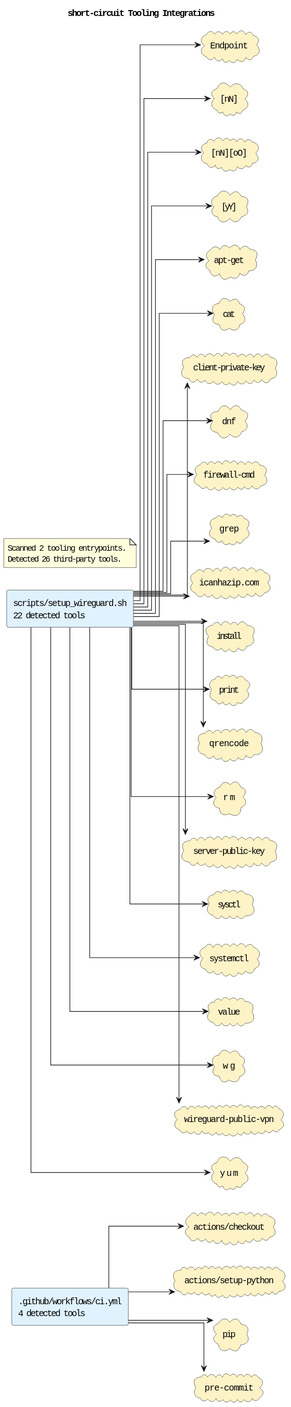
The PlantUML diagram docs/diagrams/tooling-integrations.puml.svg in casonk/short-circuit, before a commit. Source of this version:
```plantuml
@startuml
title short-circuit Tooling Integrations
left to right direction
skinparam shadowing false
skinparam defaultFontName Monospace
skinparam componentStyle rectangle
skinparam linetype ortho
rectangle ".github/workflows/ci.yml\n4 detected tools" as source_github_workflows_ci_yml #E0F2FE
rectangle "scripts/setup_wireguard.sh\n22 detected tools" as source_scripts_setup_wireguard_sh #E0F2FE
cloud "Endpoint" as tool_endpoint #FEF3C7
cloud "[nN]" as tool_nn #FEF3C7
cloud "[nN][oO]" as tool_nn_oo #FEF3C7
cloud "[yY]" as tool_yy #FEF3C7
cloud "actions/checkout" as tool_actions_checkout #FEF3C7
cloud "actions/setup-python" as tool_actions_setup_python #FEF3C7
cloud "apt-get" as tool_apt_get #FEF3C7
cloud "cat" as tool_cat #FEF3C7
cloud "client-private-key" as tool_client_private_key #FEF3C7
cloud "dnf" as tool_dnf #FEF3C7
cloud "firewall-cmd" as tool_firewall_cmd #FEF3C7
cloud "grep" as tool_grep #FEF3C7
cloud "icanhazip.com" as tool_icanhazip_com #FEF3C7
cloud "install" as tool_install #FEF3C7
cloud "pip" as tool_pip #FEF3C7
cloud "pre-commit" as tool_pre_commit #FEF3C7
cloud "print" as tool_print #FEF3C7
cloud "qrencode" as tool_qrencode #FEF3C7
cloud "rm" as tool_rm #FEF3C7
cloud "server-public-key" as tool_server_public_key #FEF3C7
cloud "sysctl" as tool_sysctl #FEF3C7
cloud "systemctl" as tool_systemctl #FEF3C7
cloud "value" as tool_value #FEF3C7
cloud "wg" as tool_wg #FEF3C7
cloud "wireguard-public-vpn" as tool_wireguard_public_vpn #FEF3C7
cloud "yum" as tool_yum #FEF3C7
source_github_workflows_ci_yml --> tool_actions_checkout
source_github_workflows_ci_yml --> tool_actions_setup_python
source_github_workflows_ci_yml --> tool_pip
source_github_workflows_ci_yml --> tool_pre_commit
source_scripts_setup_wireguard_sh --> tool_endpoint
source_scripts_setup_wireguard_sh --> tool_nn
source_scripts_setup_wireguard_sh --> tool_nn_oo
source_scripts_setup_wireguard_sh --> tool_yy
source_scripts_setup_wireguard_sh --> tool_apt_get
source_scripts_setup_wireguard_sh --> tool_cat
source_scripts_setup_wireguard_sh --> tool_client_private_key
source_scripts_setup_wireguard_sh --> tool_dnf
source_scripts_setup_wireguard_sh --> tool_firewall_cmd
source_scripts_setup_wireguard_sh --> tool_grep
source_scripts_setup_wireguard_sh --> tool_icanhazip_com
source_scripts_setup_wireguard_sh --> tool_install
source_scripts_setup_wireguard_sh --> tool_print
source_scripts_setup_wireguard_sh --> tool_qrencode
source_scripts_setup_wireguard_sh --> tool_rm
source_scripts_setup_wireguard_sh --> tool_server_public_key
source_scripts_setup_wireguard_sh --> tool_sysctl
source_scripts_setup_wireguard_sh --> tool_systemctl
source_scripts_setup_wireguard_sh --> tool_value
source_scripts_setup_wireguard_sh --> tool_wg
source_scripts_setup_wireguard_sh --> tool_wireguard_public_vpn
source_scripts_setup_wireguard_sh --> tool_yum
note as toolingGraphSummary
Scanned 2 tooling entrypoints.
Detected 26 third-party tools.
end note
@enduml
```
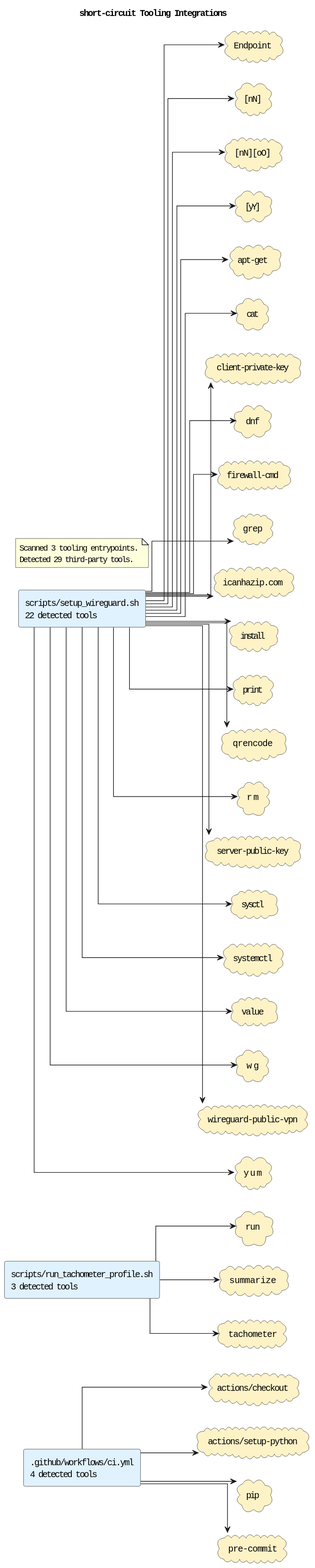
After the change.

The edit, as a diff of the source:
```diff
@@ -6,6 +6,7 @@
 skinparam componentStyle rectangle
 skinparam linetype ortho
 rectangle ".github/workflows/ci.yml\n4 detected tools" as source_github_workflows_ci_yml #E0F2FE
+rectangle "scripts/run_tachometer_profile.sh\n3 detected tools" as source_scripts_run_tachometer_profile_sh #E0F2FE
 rectangle "scripts/setup_wireguard.sh\n22 detected tools" as source_scripts_setup_wireguard_sh #E0F2FE
 cloud "Endpoint" as tool_endpoint #FEF3C7
 cloud "[nN]" as tool_nn #FEF3C7
@@ -26,9 +27,12 @@
 cloud "print" as tool_print #FEF3C7
 cloud "qrencode" as tool_qrencode #FEF3C7
 cloud "rm" as tool_rm #FEF3C7
+cloud "run" as tool_run #FEF3C7
 cloud "server-public-key" as tool_server_public_key #FEF3C7
+cloud "summarize" as tool_summarize #FEF3C7
 cloud "sysctl" as tool_sysctl #FEF3C7
 cloud "systemctl" as tool_systemctl #FEF3C7
+cloud "tachometer" as tool_tachometer #FEF3C7
 cloud "value" as tool_value #FEF3C7
 cloud "wg" as tool_wg #FEF3C7
 cloud "wireguard-public-vpn" as tool_wireguard_public_vpn #FEF3C7
@@ -37,6 +41,9 @@
 source_github_workflows_ci_yml --> tool_actions_setup_python
 source_github_workflows_ci_yml --> tool_pip
 source_github_workflows_ci_yml --> tool_pre_commit
+source_scripts_run_tachometer_profile_sh --> tool_run
+source_scripts_run_tachometer_profile_sh --> tool_summarize
+source_scripts_run_tachometer_profile_sh --> tool_tachometer
 source_scripts_setup_wireguard_sh --> tool_endpoint
 source_scripts_setup_wireguard_sh --> tool_nn
 source_scripts_setup_wireguard_sh --> tool_nn_oo
@@ -60,7 +67,7 @@
 source_scripts_setup_wireguard_sh --> tool_wireguard_public_vpn
 source_scripts_setup_wireguard_sh --> tool_yum
 note as toolingGraphSummary
-Scanned 2 tooling entrypoints.
-Detected 26 third-party tools.
+Scanned 3 tooling entrypoints.
+Detected 29 third-party tools.
 end note
 @enduml
```
